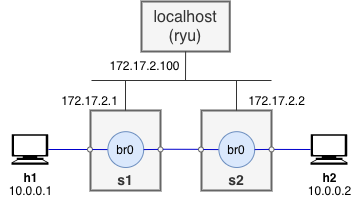
Above: doc/qos-ryu-editable.png in giros-dit/vnx-qos-ryu (draw.io), before the change. Source tidied: cells renumbered, new cells last; positions are measured from the earlier drawing's top-left corner, leaving out a move shared by most shapes. Its diagram source:
```xml
<mxGraphModel>
  <root>
    <mxCell id="0" />
    <mxCell id="1" parent="0" />
    <mxCell id="2" value="&lt;font style=&quot;font-size: 16px&quot;&gt;localhost&lt;br&gt;(ryu)&lt;br&gt;&lt;/font&gt;" style="rounded=0;whiteSpace=wrap;html=1;strokeColor=#666666;fillColor=#f5f5f5;fontColor=#333333;strokeWidth=2;" parent="1" vertex="1">
      <mxGeometry x="141" width="88.2" height="50" as="geometry" />
    </mxCell>
    <mxCell id="3" value="&lt;b&gt;h1&lt;/b&gt;" style="shape=mxgraph.signs.tech.computer;html=1;fillColor=#000000;strokeColor=none;verticalLabelPosition=bottom;verticalAlign=top;align=center;" parent="1" vertex="1">
      <mxGeometry x="11" y="132.7" width="37.1" height="30.5" as="geometry" />
    </mxCell>
    <mxCell id="4" style="rounded=1;jettySize=auto;html=1;endArrow=none;strokeColor=#0000CC;strokeWidth=1;fillColor=#a20025;exitX=0;exitY=0.5;exitDx=0;exitDy=0;entryX=0.995;entryY=0.5;entryDx=0;entryDy=0;entryPerimeter=0;" parent="1" edge="1" source="6" target="3">
      <mxGeometry x="40" y="-690" as="geometry" />
    </mxCell>
    <mxCell id="5" value="&lt;span style=&quot;font-family: &amp;#34;helvetica&amp;#34; ; font-style: normal ; letter-spacing: normal ; text-align: left ; text-indent: 0px ; text-transform: none ; word-spacing: 0px ; float: none ; display: inline&quot;&gt;&lt;font style=&quot;font-size: 14px&quot;&gt;&lt;b&gt;s1&lt;/b&gt;&lt;/font&gt;&lt;/span&gt;" style="rounded=0;whiteSpace=wrap;html=1;fillColor=#f5f5f5;verticalAlign=bottom;strokeColor=#666666;strokeWidth=2;fontColor=#333333;" parent="1" vertex="1">
      <mxGeometry x="90" y="109" width="70" height="80" as="geometry" />
    </mxCell>
    <mxCell id="6" style="ellipse;whiteSpace=wrap;html=1;strokeColor=#666666;fillColor=#f5f5f5;align=center;fontColor=#333333;verticalAlign=bottom;" parent="1" vertex="1">
      <mxGeometry x="87" y="145.5" width="4.9" height="4.9" as="geometry" />
    </mxCell>
    <mxCell id="7" style="rounded=1;jettySize=auto;html=1;endArrow=none;strokeColor=#0000CC;strokeWidth=1;fillColor=#a20025;exitX=0;exitY=0.5;exitDx=0;exitDy=0;entryX=1;entryY=0.5;entryDx=0;entryDy=0;" parent="1" edge="1" source="8" target="6">
      <mxGeometry x="109" y="-690" as="geometry" />
    </mxCell>
    <mxCell id="8" value="br0" style="ellipse;whiteSpace=wrap;html=1;fillColor=#dae8fc;strokeColor=#6c8ebf;" parent="1" vertex="1">
      <mxGeometry x="107.4" y="130.2" width="35.8" height="35.8" as="geometry" />
    </mxCell>
    <mxCell id="9" style="ellipse;whiteSpace=wrap;html=1;strokeColor=#666666;fillColor=#f5f5f5;align=center;fontColor=#333333;verticalAlign=bottom;" parent="1" vertex="1">
      <mxGeometry x="157.6" y="145.4" width="4.9" height="4.9" as="geometry" />
    </mxCell>
    <mxCell id="10" style="rounded=1;jettySize=auto;html=1;endArrow=none;strokeColor=#0000CC;strokeWidth=1;fillColor=#a20025;entryX=1;entryY=0.5;entryDx=0;entryDy=0;exitX=0;exitY=0.5;exitDx=0;exitDy=0;" parent="1" edge="1" source="9" target="8">
      <mxGeometry x="109" y="-690" as="geometry" />
    </mxCell>
    <mxCell id="11" style="rounded=1;orthogonalLoop=1;jettySize=auto;html=1;endArrow=none;strokeColor=#0000CC;strokeWidth=1;fillColor=#a20025;exitX=1;exitY=0.5;exitDx=0;exitDy=0;entryX=0;entryY=0.5;entryDx=0;entryDy=0;entryPerimeter=0;" parent="1" edge="1">
      <mxGeometry x="109" y="-690" as="geometry">
        <mxPoint x="162.5" y="147.7" as="sourcePoint" />
        <mxPoint x="199" y="147.8" as="targetPoint" />
      </mxGeometry>
    </mxCell>
    <mxCell id="12" style="rounded=1;jettySize=auto;html=1;endArrow=none;strokeColor=#0000CC;strokeWidth=1;fillColor=#a20025;exitX=1;exitY=0.5;exitDx=0;exitDy=0;entryX=0;entryY=0.5;entryDx=0;entryDy=0;entryPerimeter=0;" parent="1" edge="1" source="17" target="19">
      <mxGeometry x="220" y="-690" as="geometry" />
    </mxCell>
    <mxCell id="13" value="&lt;span style=&quot;font-family: &amp;#34;helvetica&amp;#34; ; font-style: normal ; letter-spacing: normal ; text-align: left ; text-indent: 0px ; text-transform: none ; word-spacing: 0px ; float: none ; display: inline&quot;&gt;&lt;font style=&quot;font-size: 14px&quot;&gt;&lt;b&gt;s2&lt;/b&gt;&lt;/font&gt;&lt;/span&gt;" style="rounded=0;whiteSpace=wrap;html=1;fillColor=#f5f5f5;verticalAlign=bottom;strokeColor=#666666;strokeWidth=2;fontColor=#333333;" parent="1" vertex="1">
      <mxGeometry x="201" y="109" width="70" height="80" as="geometry" />
    </mxCell>
    <mxCell id="14" style="ellipse;whiteSpace=wrap;html=1;strokeColor=#666666;fillColor=#f5f5f5;align=center;fontColor=#333333;verticalAlign=bottom;" parent="1" vertex="1">
      <mxGeometry x="198" y="145.5" width="4.9" height="4.9" as="geometry" />
    </mxCell>
    <mxCell id="15" style="rounded=1;jettySize=auto;html=1;endArrow=none;strokeColor=#0000CC;strokeWidth=1;fillColor=#a20025;exitX=0;exitY=0.5;exitDx=0;exitDy=0;entryX=1;entryY=0.5;entryDx=0;entryDy=0;" parent="1" edge="1" source="16" target="14">
      <mxGeometry x="227" y="-690" as="geometry" />
    </mxCell>
    <mxCell id="16" value="br0" style="ellipse;whiteSpace=wrap;html=1;fillColor=#dae8fc;strokeColor=#6c8ebf;" parent="1" vertex="1">
      <mxGeometry x="218.4" y="130.2" width="35.8" height="35.8" as="geometry" />
    </mxCell>
    <mxCell id="17" style="ellipse;whiteSpace=wrap;html=1;strokeColor=#666666;fillColor=#f5f5f5;align=center;fontColor=#333333;verticalAlign=bottom;" parent="1" vertex="1">
      <mxGeometry x="268.6" y="145.4" width="4.9" height="4.9" as="geometry" />
    </mxCell>
    <mxCell id="18" style="rounded=1;jettySize=auto;html=1;endArrow=none;strokeColor=#0000CC;strokeWidth=1;fillColor=#a20025;entryX=1;entryY=0.5;entryDx=0;entryDy=0;exitX=0;exitY=0.5;exitDx=0;exitDy=0;" parent="1" edge="1" source="17" target="16">
      <mxGeometry x="227" y="-690" as="geometry" />
    </mxCell>
    <mxCell id="19" value="&lt;b&gt;h2&lt;/b&gt;" style="shape=mxgraph.signs.tech.computer;html=1;fillColor=#000000;strokeColor=none;verticalLabelPosition=bottom;verticalAlign=top;align=center;" parent="1" vertex="1">
      <mxGeometry x="310" y="132.7" width="37.1" height="30.5" as="geometry" />
    </mxCell>
    <mxCell id="20" value="10.0.0.1" style="text;html=1;align=center;verticalAlign=middle;" parent="1" vertex="1">
      <mxGeometry x="-0.4" y="179" width="60" height="20" as="geometry" />
    </mxCell>
    <mxCell id="21" value="10.0.0.2" style="text;html=1;align=center;verticalAlign=middle;" parent="1" vertex="1">
      <mxGeometry x="298.6" y="179" width="60" height="20" as="geometry" />
    </mxCell>
    <mxCell id="22" style="rounded=1;orthogonalLoop=1;jettySize=auto;html=1;endArrow=none;strokeWidth=1;fillColor=#a20025;strokeColor=#333333;" parent="1" edge="1">
      <mxGeometry x="230" y="-680" as="geometry">
        <mxPoint x="91" y="79" as="sourcePoint" />
        <mxPoint x="271" y="79" as="targetPoint" />
      </mxGeometry>
    </mxCell>
    <mxCell id="23" style="rounded=1;jettySize=auto;html=1;endArrow=none;strokeWidth=1;fillColor=#a20025;entryX=0.5;entryY=0;entryDx=0;entryDy=0;strokeColor=#333333;" parent="1" edge="1" target="5">
      <mxGeometry x="240" y="-670" as="geometry">
        <mxPoint x="125" y="79" as="sourcePoint" />
      </mxGeometry>
    </mxCell>
    <mxCell id="24" style="rounded=1;jettySize=auto;html=1;endArrow=none;strokeWidth=1;fillColor=#a20025;entryX=0.5;entryY=0;entryDx=0;entryDy=0;strokeColor=#333333;" parent="1" edge="1" target="13">
      <mxGeometry x="250" y="-660" as="geometry">
        <mxPoint x="236" y="79" as="sourcePoint" />
      </mxGeometry>
    </mxCell>
    <mxCell id="25" style="rounded=1;jettySize=auto;html=1;endArrow=none;strokeWidth=1;fillColor=#a20025;strokeColor=#333333;exitX=0.5;exitY=1;exitDx=0;exitDy=0;" parent="1" edge="1" source="2">
      <mxGeometry x="250" y="-660" as="geometry">
        <mxPoint x="185" y="79" as="targetPoint" />
      </mxGeometry>
    </mxCell>
    <mxCell id="26" value="172.17.2.1" style="text;html=1;align=center;verticalAlign=middle;" parent="1" vertex="1">
      <mxGeometry x="54.5" y="89" width="70" height="20" as="geometry" />
    </mxCell>
    <mxCell id="27" value="172.17.2.2" style="text;html=1;align=center;verticalAlign=middle;" parent="1" vertex="1">
      <mxGeometry x="241" y="89" width="70" height="20" as="geometry" />
    </mxCell>
    <mxCell id="28" value="172.17.2.100" style="text;html=1;align=center;verticalAlign=middle;" parent="1" vertex="1">
      <mxGeometry x="99.4" y="54" width="90" height="20" as="geometry" />
    </mxCell>
  </root>
</mxGraphModel>
```
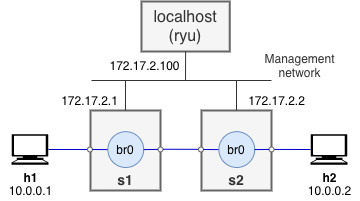
The same diagram one commit later.

Commit message:
Modify diagram to show mgmt net

The edit, as a diff of the source:
```diff
@@ -95,5 +95,8 @@
     <mxCell id="28" value="172.17.2.100" style="text;html=1;align=center;verticalAlign=middle;" parent="1" vertex="1">
       <mxGeometry x="99.4" y="54" width="90" height="20" as="geometry" />
     </mxCell>
+    <mxCell id="29" value="Management&lt;br&gt;network" style="text;html=1;align=center;verticalAlign=middle;fontColor=#333333;" parent="1" vertex="1">
+      <mxGeometry x="254.2" y="49" width="90" height="30" as="geometry" />
+    </mxCell>
   </root>
 </mxGraphModel>
```
